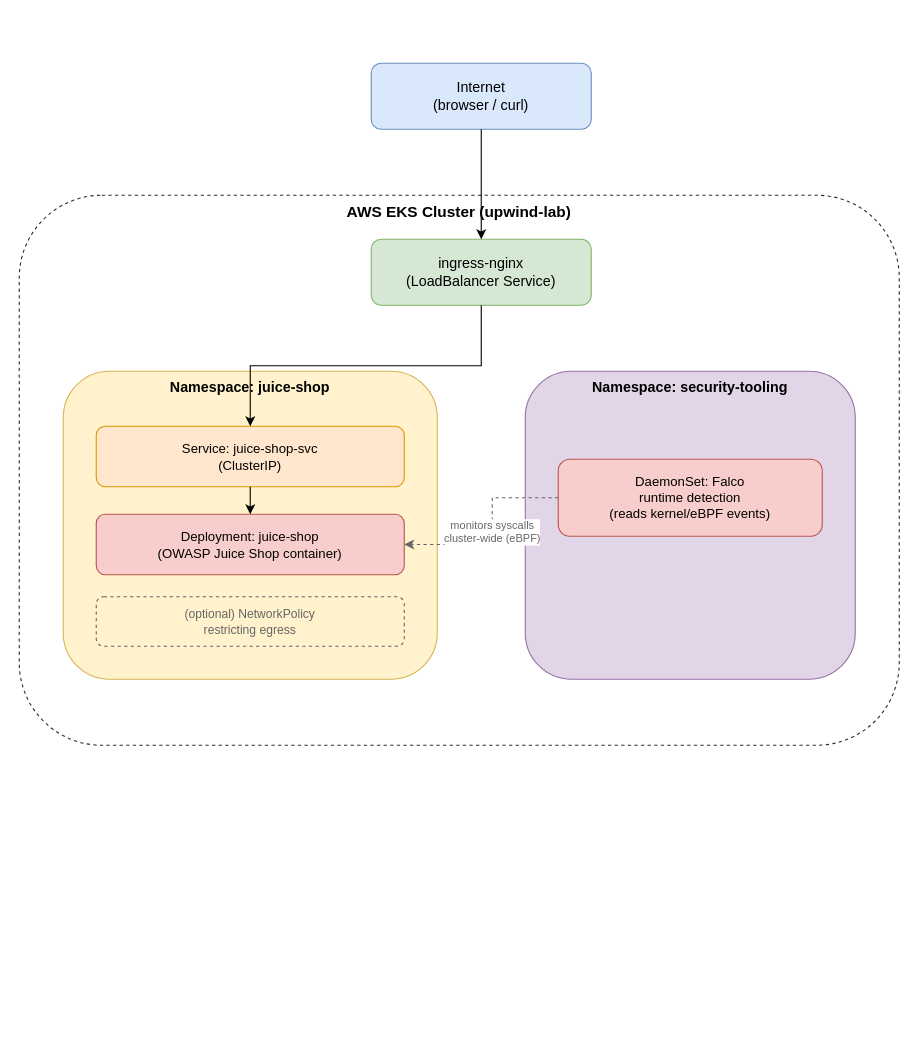
Earlier version of the draw.io diagram diagrams/architecture.drawio (economycomfort/upwind-sa-lab). Source tidied: cells renumbered, new cells numbered last; positions are measured from the earlier drawing's top-left corner, leaving out a move shared by most shapes. Both pictures are drawn from the tidied source at 110%, with x=0, y=0 at pixel (19, 63).
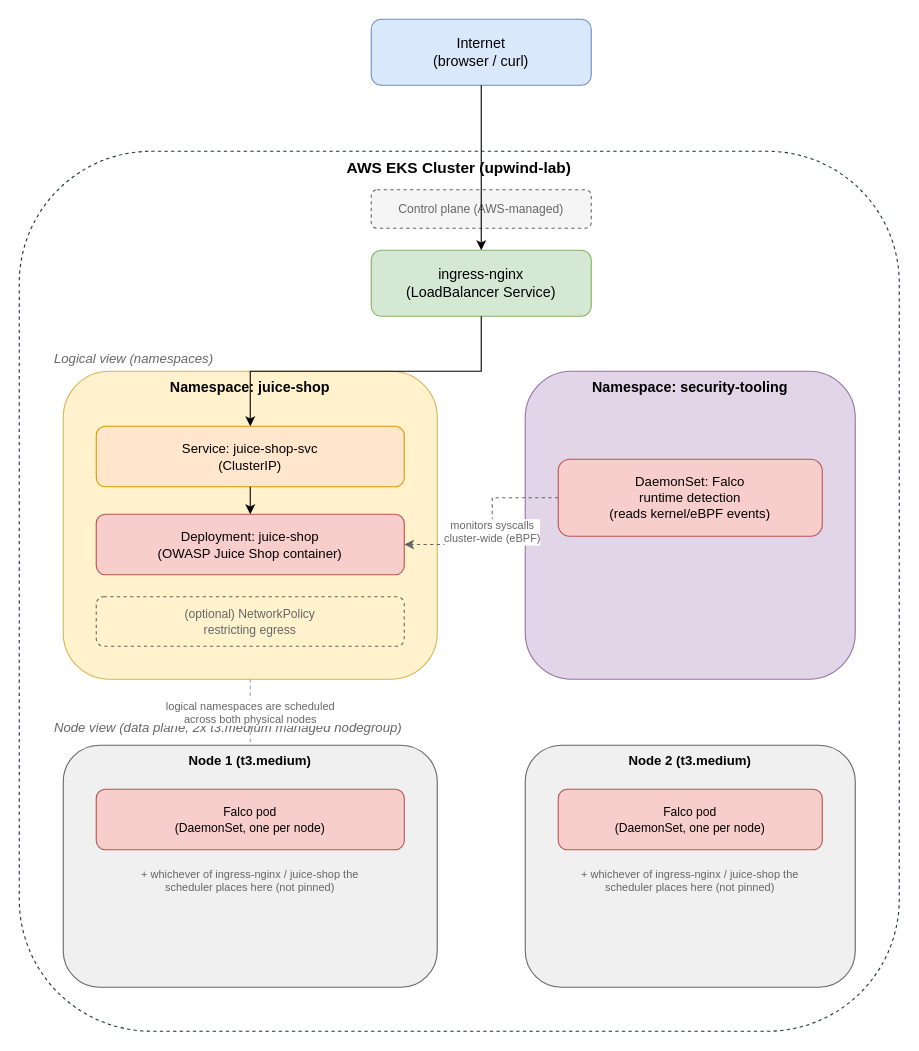
After the change.

Commit message:
Add node/data-plane layer to architecture diagram

Unchanged cells that the change refers to:
```xml
<mxCell id="5" value="Namespace: juice-shop" style="rounded=1;whiteSpace=wrap;html=1;verticalAlign=top;fillColor=#fff2cc;strokeColor=#d6b656;fontSize=13;fontStyle=1;" parent="1" vertex="1">
  <mxGeometry x="40" y="280" width="340" height="280" as="geometry" />
</mxCell>
```

Change to the diagram source:
```diff
@@
     <mxCell id="2" value="Internet&#10;(browser / curl)" style="rounded=1;whiteSpace=wrap;html=1;fillColor=#dae8fc;strokeColor=#6c8ebf;fontSize=13;" parent="1" vertex="1">
-      <mxGeometry x="320" width="200" height="60" as="geometry" />
+      <mxGeometry x="320" y="-40" width="200" height="60" as="geometry" />
     </mxCell>
     <mxCell id="3" value="AWS EKS Cluster (upwind-lab)" style="rounded=1;whiteSpace=wrap;html=1;verticalAlign=top;fillColor=none;strokeColor=#232F3E;fontSize=14;fontStyle=1;dashed=1;" parent="1" vertex="1">
-      <mxGeometry y="120" width="800" height="500" as="geometry" />
+      <mxGeometry y="80" width="800" height="800" as="geometry" />
     </mxCell>
+    <mxCell id="15" value="Control plane (AWS-managed)" style="rounded=1;whiteSpace=wrap;html=1;fillColor=#f5f5f5;strokeColor=#666666;fontSize=11;fontColor=#666666;dashed=1;" parent="1" vertex="1">
+      <mxGeometry x="320" y="115" width="200" height="35" as="geometry" />
+    </mxCell>
     <mxCell id="4" value="ingress-nginx&#10;(LoadBalancer Service)" style="rounded=1;whiteSpace=wrap;html=1;fillColor=#d5e8d4;strokeColor=#82b366;fontSize=13;" parent="1" vertex="1">
-      <mxGeometry x="320" y="160" width="200" height="60" as="geometry" />
+      <mxGeometry x="320" y="170" width="200" height="60" as="geometry" />
     </mxCell>
+    <mxCell id="16" value="Logical view (namespaces)" style="text;html=1;fontSize=12;fontStyle=2;fontColor=#666666;align=left;" parent="1" vertex="1">
+      <mxGeometry x="30" y="255" width="260" height="20" as="geometry" />
+    </mxCell>
@@
+    <mxCell id="17" value="Node view (data plane, 2x t3.medium managed nodegroup)" style="text;html=1;fontSize=12;fontStyle=2;fontColor=#666666;align=left;" parent="1" vertex="1">
+      <mxGeometry x="30" y="590" width="500" height="20" as="geometry" />
+    </mxCell>
+    <mxCell id="18" value="Node 1 (t3.medium)" style="rounded=1;whiteSpace=wrap;html=1;verticalAlign=top;fillColor=#f0f0f0;strokeColor=#666666;fontSize=12;fontStyle=1;" parent="1" vertex="1">
+      <mxGeometry x="40" y="620" width="340" height="220" as="geometry" />
+    </mxCell>
+    <mxCell id="19" value="Falco pod&#10;(DaemonSet, one per node)" style="rounded=1;whiteSpace=wrap;html=1;fillColor=#f8cecc;strokeColor=#b85450;fontSize=11;" parent="1" vertex="1">
+      <mxGeometry x="70" y="660" width="280" height="55" as="geometry" />
+    </mxCell>
+    <mxCell id="20" value="+ whichever of ingress-nginx / juice-shop the&#10;scheduler places here (not pinned)" style="text;html=1;fontSize=10;fontColor=#666666;align=center;whiteSpace=wrap;" parent="1" vertex="1">
+      <mxGeometry x="70" y="725" width="280" height="90" as="geometry" />
+    </mxCell>
+    <mxCell id="21" value="Node 2 (t3.medium)" style="rounded=1;whiteSpace=wrap;html=1;verticalAlign=top;fillColor=#f0f0f0;strokeColor=#666666;fontSize=12;fontStyle=1;" parent="1" vertex="1">
+      <mxGeometry x="460" y="620" width="300" height="220" as="geometry" />
+    </mxCell>
+    <mxCell id="22" value="Falco pod&#10;(DaemonSet, one per node)" style="rounded=1;whiteSpace=wrap;html=1;fillColor=#f8cecc;strokeColor=#b85450;fontSize=11;" parent="1" vertex="1">
+      <mxGeometry x="490" y="660" width="240" height="55" as="geometry" />
+    </mxCell>
+    <mxCell id="23" value="+ whichever of ingress-nginx / juice-shop the&#10;scheduler places here (not pinned)" style="text;html=1;fontSize=10;fontColor=#666666;align=center;whiteSpace=wrap;" parent="1" vertex="1">
+      <mxGeometry x="490" y="725" width="240" height="90" as="geometry" />
+    </mxCell>
@@
+    <mxCell id="24" value="logical namespaces are scheduled&#10;across both physical nodes" style="edgeStyle=orthogonalEdgeStyle;rounded=0;html=1;dashed=1;fontSize=10;fontColor=#666666;strokeColor=#999999;endArrow=none;startArrow=none;" parent="1" edge="1" source="5" target="18">
+      <mxGeometry relative="1" as="geometry" />
+    </mxCell>
```
